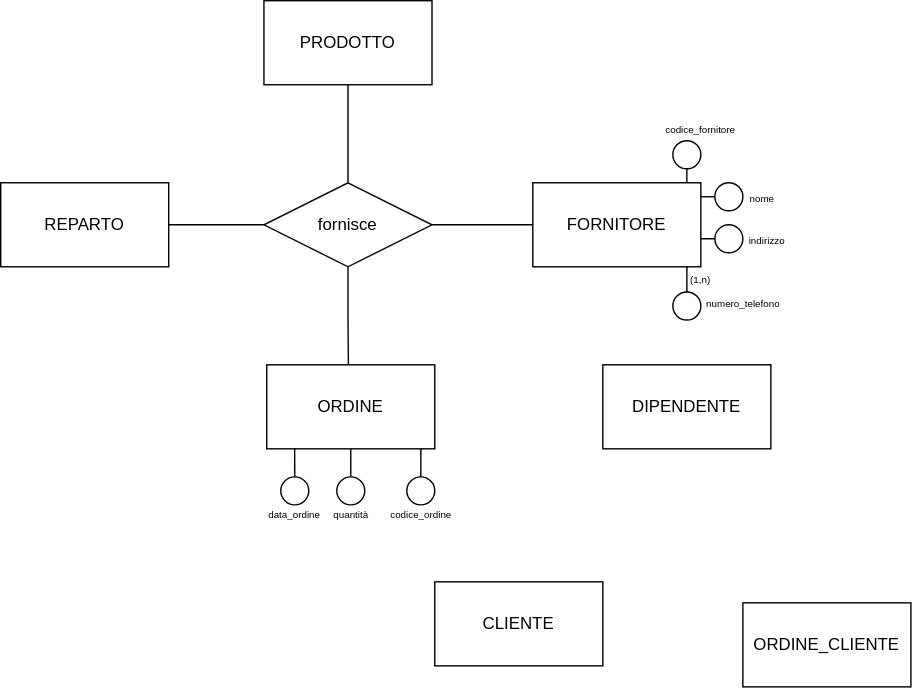
giuliadellarovere/DBMS_Project_2026 keeps this draw.io diagram as ER_Diagram_Project.drawio.svg. Above is the earlier version. Source tidied: cells renumbered, new cells last; positions are measured from the earlier drawing's top-left corner, leaving out a move shared by most shapes.
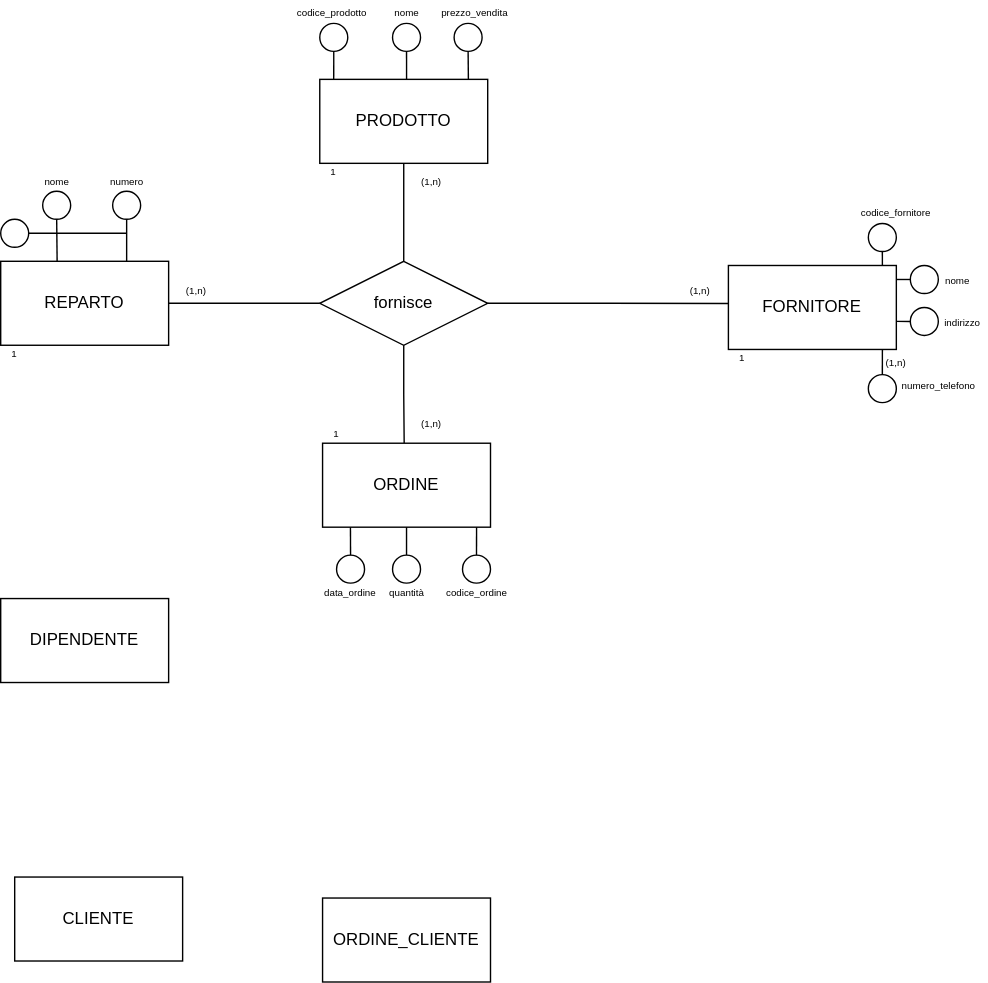
Above is the later version.

Diff of the diagram source:
```diff
@@ -3,81 +3,79 @@
     <mxCell id="0" />
     <mxCell id="1" parent="0" />
     <mxCell id="2" style="rounded=0;whiteSpace=wrap;html=1;" parent="1" vertex="1">
-      <mxGeometry x="380" y="130" width="120" height="60" as="geometry" />
+      <mxGeometry x="450" y="333" width="120" height="60" as="geometry" />
     </mxCell>
     <mxCell id="3" value="FORNITORE" style="text;html=1;whiteSpace=wrap;strokeColor=none;fillColor=none;align=center;verticalAlign=middle;rounded=0;" parent="1" vertex="1">
-      <mxGeometry x="385" y="145" width="110" height="30" as="geometry" />
+      <mxGeometry x="455" y="348" width="110" height="30" as="geometry" />
     </mxCell>
     <mxCell id="4" style="rounded=0;whiteSpace=wrap;html=1;" parent="1" vertex="1">
-      <mxGeometry x="188" width="120" height="60" as="geometry" />
+      <mxGeometry x="158" y="200" width="120" height="60" as="geometry" />
     </mxCell>
     <mxCell id="5" value="PRODOTTO" style="text;html=1;whiteSpace=wrap;strokeColor=none;fillColor=none;align=center;verticalAlign=middle;rounded=0;" parent="1" vertex="1">
-      <mxGeometry x="193" y="15" width="110" height="30" as="geometry" />
+      <mxGeometry x="163" y="215" width="110" height="30" as="geometry" />
     </mxCell>
     <mxCell id="6" style="rounded=0;whiteSpace=wrap;html=1;" parent="1" vertex="1">
-      <mxGeometry x="310" y="415" width="120" height="60" as="geometry" />
+      <mxGeometry x="-60" y="770" width="120" height="60" as="geometry" />
     </mxCell>
     <mxCell id="7" value="CLIENTE" style="text;html=1;whiteSpace=wrap;strokeColor=none;fillColor=none;align=center;verticalAlign=middle;rounded=0;" parent="1" vertex="1">
-      <mxGeometry x="315" y="430" width="110" height="30" as="geometry" />
+      <mxGeometry x="-55" y="785" width="110" height="30" as="geometry" />
     </mxCell>
     <mxCell id="8" style="rounded=0;whiteSpace=wrap;html=1;" parent="1" vertex="1">
-      <mxGeometry x="190" y="260" width="120" height="60" as="geometry" />
+      <mxGeometry x="160" y="460" width="120" height="60" as="geometry" />
     </mxCell>
     <mxCell id="9" value="ORDINE" style="text;html=1;whiteSpace=wrap;strokeColor=none;fillColor=none;align=center;verticalAlign=middle;rounded=0;" parent="1" vertex="1">
-      <mxGeometry x="195" y="275" width="110" height="30" as="geometry" />
+      <mxGeometry x="165" y="475" width="110" height="30" as="geometry" />
     </mxCell>
     <mxCell id="10" style="rounded=0;whiteSpace=wrap;html=1;" parent="1" vertex="1">
-      <mxGeometry x="430" y="260" width="120" height="60" as="geometry" />
+      <mxGeometry x="-70" y="571" width="120" height="60" as="geometry" />
     </mxCell>
     <mxCell id="11" value="DIPENDENTE" style="text;html=1;whiteSpace=wrap;strokeColor=none;fillColor=none;align=center;verticalAlign=middle;rounded=0;" parent="1" vertex="1">
-      <mxGeometry x="435" y="275" width="110" height="30" as="geometry" />
+      <mxGeometry x="-65" y="586" width="110" height="30" as="geometry" />
     </mxCell>
     <mxCell id="12" style="rounded=0;whiteSpace=wrap;html=1;" parent="1" vertex="1">
-      <mxGeometry y="130" width="120" height="60" as="geometry" />
+      <mxGeometry x="-70" y="330" width="120" height="60" as="geometry" />
     </mxCell>
     <mxCell id="13" value="REPARTO" style="text;html=1;whiteSpace=wrap;strokeColor=none;fillColor=none;align=center;verticalAlign=middle;rounded=0;" parent="1" vertex="1">
-      <mxGeometry x="5" y="145" width="110" height="30" as="geometry" />
+      <mxGeometry x="-65" y="345" width="110" height="30" as="geometry" />
     </mxCell>
     <mxCell id="14" style="rounded=0;whiteSpace=wrap;html=1;" parent="1" vertex="1">
-      <mxGeometry x="530" y="430" width="120" height="60" as="geometry" />
+      <mxGeometry x="160" y="785" width="120" height="60" as="geometry" />
     </mxCell>
     <mxCell id="15" value="ORDINE_CLIENTE" style="text;html=1;whiteSpace=wrap;strokeColor=none;fillColor=none;align=center;verticalAlign=middle;rounded=0;" parent="1" vertex="1">
-      <mxGeometry x="535" y="445" width="110" height="30" as="geometry" />
+      <mxGeometry x="165" y="800" width="110" height="30" as="geometry" />
     </mxCell>
     <mxCell id="16" style="edgeStyle=orthogonalEdgeStyle;rounded=0;jettySize=auto;html=1;exitX=0.5;exitY=0;exitDx=0;exitDy=0;entryX=0.5;entryY=1;entryDx=0;entryDy=0;defaultLabelBackgroundColor=page;labelPadding=0 4;endArrow=none;endFill=0;" parent="1" edge="1" source="19" target="4">
       <mxGeometry relative="1" as="geometry" />
     </mxCell>
-    <mxCell id="17" style="edgeStyle=orthogonalEdgeStyle;rounded=0;jettySize=auto;html=1;exitX=1;exitY=0.5;exitDx=0;exitDy=0;defaultLabelBackgroundColor=page;labelPadding=0 4;endArrow=none;endFill=0;" parent="1" edge="1" source="19">
-      <mxGeometry relative="1" as="geometry">
-        <mxPoint x="380" y="160" as="targetPoint" />
-      </mxGeometry>
+    <mxCell id="17" style="edgeStyle=orthogonalEdgeStyle;rounded=0;jettySize=auto;html=1;exitX=1;exitY=0.5;exitDx=0;exitDy=0;defaultLabelBackgroundColor=page;labelPadding=0 4;endArrow=none;endFill=0;entryX=0.003;entryY=0.453;entryDx=0;entryDy=0;entryPerimeter=0;" parent="1" edge="1" source="19" target="2">
+      <mxGeometry x="-0.58" relative="1" as="geometry" />
     </mxCell>
     <mxCell id="18" style="edgeStyle=orthogonalEdgeStyle;rounded=0;jettySize=auto;html=1;exitX=0;exitY=0.5;exitDx=0;exitDy=0;entryX=1;entryY=0.5;entryDx=0;entryDy=0;defaultLabelBackgroundColor=page;labelPadding=0 4;endArrow=none;endFill=0;" parent="1" edge="1" source="19" target="12">
       <mxGeometry relative="1" as="geometry" />
     </mxCell>
     <mxCell id="19" style="rhombus;whiteSpace=wrap;html=1;shapeInside=1;" parent="1" vertex="1">
-      <mxGeometry x="188" y="130" width="120" height="60" as="geometry" />
+      <mxGeometry x="158" y="330" width="120" height="60" as="geometry" />
     </mxCell>
     <mxCell id="20" value="fornisce" style="text;html=1;whiteSpace=wrap;strokeColor=none;fillColor=none;align=center;verticalAlign=middle;rounded=0;" parent="1" vertex="1">
-      <mxGeometry x="218" y="145" width="60" height="30" as="geometry" />
+      <mxGeometry x="188" y="345" width="60" height="30" as="geometry" />
     </mxCell>
     <mxCell id="21" style="ellipse;whiteSpace=wrap;html=1;shapeInside=1;fillColor=light-dark(#FFFFFF,#000000);" parent="1" vertex="1">
-      <mxGeometry x="480" y="100" width="20" height="20" as="geometry" />
+      <mxGeometry x="550" y="303" width="20" height="20" as="geometry" />
     </mxCell>
     <mxCell id="22" value="&lt;font style=&quot;font-size: 7px;&quot;&gt;codice_fornitore&lt;/font&gt;" style="text;html=1;whiteSpace=wrap;strokeColor=none;fillColor=none;align=center;verticalAlign=middle;rounded=0;" parent="1" vertex="1">
-      <mxGeometry x="470" y="86" width="60" height="10" as="geometry" />
+      <mxGeometry x="540" y="289" width="60" height="10" as="geometry" />
     </mxCell>
     <mxCell id="23" style="ellipse;whiteSpace=wrap;html=1;shapeInside=1;" parent="1" vertex="1">
-      <mxGeometry x="510" y="160" width="20" height="20" as="geometry" />
+      <mxGeometry x="580" y="363" width="20" height="20" as="geometry" />
     </mxCell>
     <mxCell id="24" value="&lt;font style=&quot;font-size: 7px;&quot;&gt;nome&lt;/font&gt;" style="text;html=1;whiteSpace=wrap;strokeColor=none;fillColor=none;align=center;verticalAlign=middle;rounded=0;" parent="1" vertex="1">
-      <mxGeometry x="534" y="135" width="20" height="10" as="geometry" />
+      <mxGeometry x="604" y="338" width="20" height="10" as="geometry" />
     </mxCell>
     <mxCell id="25" style="ellipse;whiteSpace=wrap;html=1;shapeInside=1;" parent="1" vertex="1">
-      <mxGeometry x="510" y="130" width="20" height="20" as="geometry" />
+      <mxGeometry x="580" y="333" width="20" height="20" as="geometry" />
     </mxCell>
     <mxCell id="26" value="&lt;span style=&quot;font-size: 7px;&quot;&gt;indirizzo&lt;/span&gt;" style="text;html=1;whiteSpace=wrap;strokeColor=none;fillColor=none;align=center;verticalAlign=middle;rounded=0;" parent="1" vertex="1">
-      <mxGeometry x="530" y="165" width="35" height="10" as="geometry" />
+      <mxGeometry x="600" y="368" width="35" height="10" as="geometry" />
     </mxCell>
     <mxCell id="27" style="edgeStyle=orthogonalEdgeStyle;rounded=0;jettySize=auto;html=1;exitX=0.5;exitY=1;exitDx=0;exitDy=0;entryX=0.486;entryY=-0.002;entryDx=0;entryDy=0;entryPerimeter=0;defaultLabelBackgroundColor=page;labelPadding=0 4;endArrow=none;endFill=0;" parent="1" edge="1" source="19" target="8">
       <mxGeometry x="0.03" relative="1" as="geometry" />
@@ -92,19 +90,19 @@
       <mxGeometry relative="1" as="geometry" />
     </mxCell>
     <mxCell id="31" style="ellipse;whiteSpace=wrap;html=1;shapeInside=1;" parent="1" vertex="1">
-      <mxGeometry x="480" y="208" width="20" height="20" as="geometry" />
+      <mxGeometry x="550" y="411" width="20" height="20" as="geometry" />
     </mxCell>
     <mxCell id="32" style="edgeStyle=orthogonalEdgeStyle;rounded=0;jettySize=auto;html=1;exitX=0.5;exitY=0;exitDx=0;exitDy=0;entryX=0.917;entryY=1;entryDx=0;entryDy=0;entryPerimeter=0;defaultLabelBackgroundColor=page;labelPadding=0 4;endArrow=none;endFill=0;" parent="1" edge="1" source="31" target="2">
       <mxGeometry relative="1" as="geometry" />
     </mxCell>
     <mxCell id="33" value="&lt;span style=&quot;font-size: 7px;&quot;&gt;numero_telefono&lt;/span&gt;" style="text;html=1;whiteSpace=wrap;strokeColor=none;fillColor=none;align=center;verticalAlign=middle;rounded=0;" parent="1" vertex="1">
-      <mxGeometry x="503" y="210" width="55" height="10" as="geometry" />
+      <mxGeometry x="573" y="413" width="55" height="10" as="geometry" />
     </mxCell>
     <mxCell id="34" value="&lt;span style=&quot;font-size: 7px;&quot;&gt;(1,n)&lt;/span&gt;" style="text;html=1;whiteSpace=wrap;strokeColor=none;fillColor=none;align=center;verticalAlign=middle;rounded=0;" parent="1" vertex="1">
-      <mxGeometry x="490" y="193" width="20" height="10" as="geometry" />
+      <mxGeometry x="560" y="396" width="20" height="10" as="geometry" />
     </mxCell>
     <mxCell id="35" style="ellipse;whiteSpace=wrap;html=1;shapeInside=1;" parent="1" vertex="1">
-      <mxGeometry x="200" y="340" width="20" height="20" as="geometry" />
+      <mxGeometry x="170" y="540" width="20" height="20" as="geometry" />
     </mxCell>
     <mxCell id="36" style="edgeStyle=orthogonalEdgeStyle;rounded=0;jettySize=auto;html=1;exitX=0.5;exitY=0;exitDx=0;exitDy=0;entryX=0.166;entryY=1;entryDx=0;entryDy=0;entryPerimeter=0;defaultLabelBackgroundColor=page;labelPadding=0 4;endArrow=none;endFill=0;" parent="1" edge="1" source="35" target="8">
       <mxGeometry relative="1" as="geometry" />
@@ -113,22 +111,99 @@
       <mxGeometry relative="1" as="geometry" />
     </mxCell>
     <mxCell id="38" style="ellipse;whiteSpace=wrap;html=1;shapeInside=1;" parent="1" vertex="1">
-      <mxGeometry x="240" y="340" width="20" height="20" as="geometry" />
+      <mxGeometry x="210" y="540" width="20" height="20" as="geometry" />
     </mxCell>
     <mxCell id="39" value="&lt;span style=&quot;font-size: 7px;&quot;&gt;data_ordine&lt;/span&gt;" style="text;html=1;whiteSpace=wrap;strokeColor=none;fillColor=none;align=center;verticalAlign=middle;rounded=0;" parent="1" vertex="1">
-      <mxGeometry x="191.2" y="361" width="37.5" height="10" as="geometry" />
+      <mxGeometry x="161.2" y="561" width="37.5" height="10" as="geometry" />
     </mxCell>
     <mxCell id="40" value="&lt;span style=&quot;font-size: 7px;&quot;&gt;quantità&lt;/span&gt;" style="text;html=1;whiteSpace=wrap;strokeColor=none;fillColor=none;align=center;verticalAlign=middle;rounded=0;" parent="1" vertex="1">
-      <mxGeometry x="233" y="361" width="35" height="10" as="geometry" />
+      <mxGeometry x="203" y="561" width="35" height="10" as="geometry" />
     </mxCell>
     <mxCell id="41" style="ellipse;whiteSpace=wrap;html=1;shapeInside=1;fillColor=light-dark(#FFFFFF,#000000);" parent="1" vertex="1">
-      <mxGeometry x="290" y="340" width="20" height="20" as="geometry" />
+      <mxGeometry x="260" y="540" width="20" height="20" as="geometry" />
     </mxCell>
     <mxCell id="42" style="edgeStyle=orthogonalEdgeStyle;rounded=0;jettySize=auto;html=1;exitX=0.5;exitY=0;exitDx=0;exitDy=0;entryX=0.917;entryY=1;entryDx=0;entryDy=0;entryPerimeter=0;defaultLabelBackgroundColor=page;labelPadding=0 4;endArrow=none;endFill=0;" parent="1" edge="1" source="41" target="8">
       <mxGeometry relative="1" as="geometry" />
     </mxCell>
     <mxCell id="43" value="&lt;span style=&quot;font-size: 7px;&quot;&gt;codice_ordine&lt;/span&gt;" style="text;html=1;whiteSpace=wrap;strokeColor=none;fillColor=none;align=center;verticalAlign=middle;rounded=0;" parent="1" vertex="1">
-      <mxGeometry x="272.5" y="361" width="55" height="10" as="geometry" />
+      <mxGeometry x="242.5" y="561" width="55" height="10" as="geometry" />
     </mxCell>
+    <mxCell id="44" style="ellipse;whiteSpace=wrap;html=1;shapeInside=1;" parent="1" vertex="1">
+      <mxGeometry x="-40" y="280" width="20" height="20" as="geometry" />
+    </mxCell>
+    <mxCell id="45" style="edgeStyle=orthogonalEdgeStyle;rounded=0;jettySize=auto;html=1;exitX=0.5;exitY=1;exitDx=0;exitDy=0;entryX=0.336;entryY=0.001;entryDx=0;entryDy=0;entryPerimeter=0;defaultLabelBackgroundColor=page;labelPadding=0 4;endArrow=none;endFill=0;" parent="1" edge="1" source="44" target="12">
+      <mxGeometry relative="1" as="geometry" />
+    </mxCell>
+    <mxCell id="46" style="ellipse;whiteSpace=wrap;html=1;shapeInside=1;" parent="1" vertex="1">
+      <mxGeometry x="10" y="280" width="20" height="20" as="geometry" />
+    </mxCell>
+    <mxCell id="47" style="edgeStyle=orthogonalEdgeStyle;rounded=0;jettySize=auto;html=1;exitX=0.5;exitY=1;exitDx=0;exitDy=0;entryX=0.75;entryY=0;entryDx=0;entryDy=0;defaultLabelBackgroundColor=page;labelPadding=0 4;endArrow=none;endFill=0;" parent="1" edge="1" source="46" target="12">
+      <mxGeometry relative="1" as="geometry" />
+    </mxCell>
+    <mxCell id="48" value="&lt;span style=&quot;font-size: 7px;&quot;&gt;nome&lt;/span&gt;" style="text;html=1;whiteSpace=wrap;strokeColor=none;fillColor=none;align=center;verticalAlign=middle;rounded=0;" parent="1" vertex="1">
+      <mxGeometry x="-47.5" y="267" width="35" height="10" as="geometry" />
+    </mxCell>
+    <mxCell id="49" value="&lt;span style=&quot;font-size: 7px;&quot;&gt;numero&lt;/span&gt;" style="text;html=1;whiteSpace=wrap;strokeColor=none;fillColor=none;align=center;verticalAlign=middle;rounded=0;" parent="1" vertex="1">
+      <mxGeometry x="2.5" y="267" width="35" height="10" as="geometry" />
+    </mxCell>
+    <mxCell id="50" style="edgeStyle=orthogonalEdgeStyle;rounded=0;jettySize=auto;html=1;exitX=1;exitY=0.5;exitDx=0;exitDy=0;defaultLabelBackgroundColor=page;labelPadding=0 4;endArrow=none;endFill=0;" parent="1" edge="1" source="51">
+      <mxGeometry relative="1" as="geometry">
+        <mxPoint x="20" y="309.9" as="targetPoint" />
+      </mxGeometry>
+    </mxCell>
+    <mxCell id="51" style="ellipse;whiteSpace=wrap;html=1;shapeInside=1;fillColor=light-dark(#FFFFFF,#000000);" parent="1" vertex="1">
+      <mxGeometry x="-70" y="300" width="20" height="20" as="geometry" />
+    </mxCell>
+    <mxCell id="52" style="ellipse;whiteSpace=wrap;html=1;shapeInside=1;fillColor=light-dark(#FFFFFF,#000000);" parent="1" vertex="1">
+      <mxGeometry x="158" y="160" width="20" height="20" as="geometry" />
+    </mxCell>
+    <mxCell id="53" style="ellipse;whiteSpace=wrap;html=1;shapeInside=1;" parent="1" vertex="1">
+      <mxGeometry x="210" y="160" width="20" height="20" as="geometry" />
+    </mxCell>
+    <mxCell id="54" style="edgeStyle=orthogonalEdgeStyle;rounded=0;jettySize=auto;html=1;exitX=0.5;exitY=1;exitDx=0;exitDy=0;entryX=0.517;entryY=0;entryDx=0;entryDy=0;entryPerimeter=0;defaultLabelBackgroundColor=page;labelPadding=0 4;endArrow=none;endFill=0;" parent="1" edge="1" source="53" target="4">
+      <mxGeometry relative="1" as="geometry" />
+    </mxCell>
+    <mxCell id="55" value="&lt;span style=&quot;font-size: 7px;&quot;&gt;nome&lt;/span&gt;" style="text;html=1;whiteSpace=wrap;strokeColor=none;fillColor=none;align=center;verticalAlign=middle;rounded=0;" parent="1" vertex="1">
+      <mxGeometry x="202.5" y="146" width="35" height="10" as="geometry" />
+    </mxCell>
+    <mxCell id="56" style="ellipse;whiteSpace=wrap;html=1;shapeInside=1;" parent="1" vertex="1">
+      <mxGeometry x="254" y="160" width="20" height="20" as="geometry" />
+    </mxCell>
+    <mxCell id="57" style="edgeStyle=orthogonalEdgeStyle;rounded=0;jettySize=auto;html=1;entryX=0.885;entryY=0;entryDx=0;entryDy=0;entryPerimeter=0;defaultLabelBackgroundColor=page;labelPadding=0 4;endArrow=none;endFill=0;exitX=0.5;exitY=1;exitDx=0;exitDy=0;" parent="1" edge="1" source="56" target="4">
+      <mxGeometry relative="1" as="geometry" />
+    </mxCell>
+    <mxCell id="58" value="&lt;span style=&quot;font-size: 7px;&quot;&gt;prezzo_vendita&lt;/span&gt;" style="text;html=1;whiteSpace=wrap;strokeColor=none;fillColor=none;align=center;verticalAlign=middle;rounded=0;" parent="1" vertex="1">
+      <mxGeometry x="242" y="146" width="54" height="10" as="geometry" />
+    </mxCell>
+    <mxCell id="59" style="edgeStyle=orthogonalEdgeStyle;rounded=0;jettySize=auto;html=1;exitX=0.5;exitY=1;exitDx=0;exitDy=0;entryX=0.083;entryY=0.002;entryDx=0;entryDy=0;entryPerimeter=0;defaultLabelBackgroundColor=page;labelPadding=0 4;endArrow=none;endFill=0;" parent="1" edge="1" source="52" target="4">
+      <mxGeometry relative="1" as="geometry" />
+    </mxCell>
+    <mxCell id="60" value="&lt;span style=&quot;font-size: 7px;&quot;&gt;codice_prodotto&lt;/span&gt;" style="text;html=1;whiteSpace=wrap;strokeColor=none;fillColor=none;align=center;verticalAlign=middle;rounded=0;" parent="1" vertex="1">
+      <mxGeometry x="140.5" y="146" width="54" height="10" as="geometry" />
+    </mxCell>
+    <mxCell id="61" value="&lt;span style=&quot;font-size: 7px;&quot;&gt;(1,n)&lt;/span&gt;" style="text;html=1;whiteSpace=wrap;strokeColor=none;fillColor=none;align=center;verticalAlign=middle;rounded=0;" parent="1" vertex="1">
+      <mxGeometry x="60" y="345" width="20" height="10" as="geometry" />
+    </mxCell>
+    <mxCell id="62" value="&lt;span style=&quot;font-size: 7px;&quot;&gt;(1,n)&lt;/span&gt;" style="text;html=1;whiteSpace=wrap;strokeColor=none;fillColor=none;align=center;verticalAlign=middle;rounded=0;" parent="1" vertex="1">
+      <mxGeometry x="228" y="267" width="20" height="10" as="geometry" />
+    </mxCell>
+    <mxCell id="63" value="&lt;span style=&quot;font-size: 7px;&quot;&gt;(1,n)&lt;/span&gt;" style="text;html=1;whiteSpace=wrap;strokeColor=none;fillColor=none;align=center;verticalAlign=middle;rounded=0;" parent="1" vertex="1">
+      <mxGeometry x="420" y="345" width="20" height="10" as="geometry" />
+    </mxCell>
+    <mxCell id="64" value="&lt;span style=&quot;font-size: 7px;&quot;&gt;(1,n)&lt;/span&gt;" style="text;html=1;whiteSpace=wrap;strokeColor=none;fillColor=none;align=center;verticalAlign=middle;rounded=0;" parent="1" vertex="1">
+      <mxGeometry x="228" y="440" width="20" height="10" as="geometry" />
+    </mxCell>
+    <mxCell id="65" value="&lt;span style=&quot;font-size: 7px;&quot;&gt;1&lt;/span&gt;" style="text;html=1;whiteSpace=wrap;strokeColor=none;fillColor=none;align=center;verticalAlign=middle;rounded=0;" parent="1" vertex="1">
+      <mxGeometry x="158" y="260" width="20" height="10" as="geometry" />
+    </mxCell>
+    <mxCell id="66" value="&lt;span style=&quot;font-size: 7px;&quot;&gt;1&lt;/span&gt;" style="text;html=1;whiteSpace=wrap;strokeColor=none;fillColor=none;align=center;verticalAlign=middle;rounded=0;" parent="1" vertex="1">
+      <mxGeometry x="-70" y="390" width="20" height="10" as="geometry" />
+    </mxCell>
+    <mxCell id="67" value="&lt;span style=&quot;font-size: 7px;&quot;&gt;1&lt;/span&gt;" style="text;html=1;whiteSpace=wrap;strokeColor=none;fillColor=none;align=center;verticalAlign=middle;rounded=0;" parent="1" vertex="1">
+      <mxGeometry x="450" y="393" width="20" height="10" as="geometry" />
+    </mxCell>
+    <mxCell id="68" value="&lt;span style=&quot;font-size: 7px;&quot;&gt;1&lt;/span&gt;" style="text;html=1;whiteSpace=wrap;strokeColor=none;fillColor=none;align=center;verticalAlign=middle;rounded=0;" parent="1" vertex="1">
+      <mxGeometry x="160" y="447" width="20" height="10" as="geometry" />
+    </mxCell>
   </root>
 </mxGraphModel>
```
